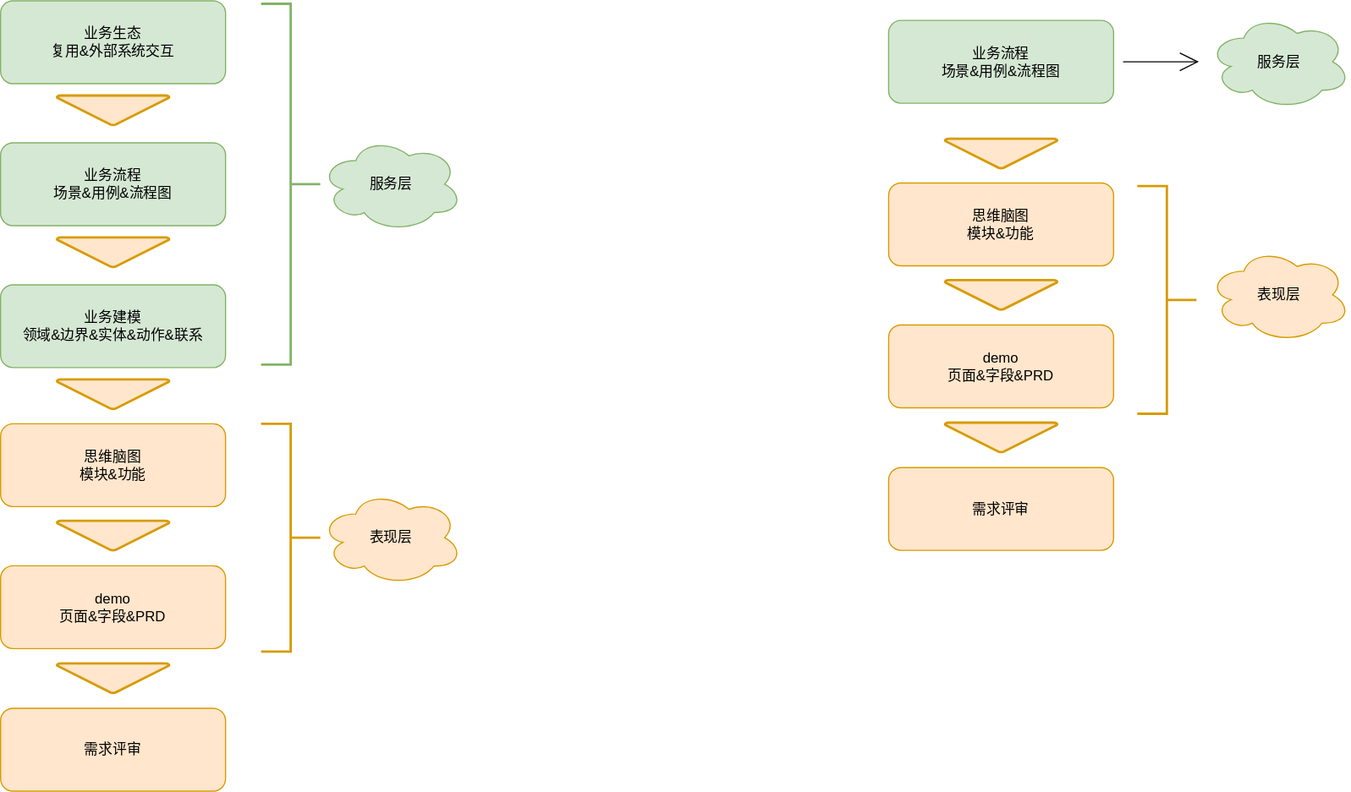
fsdmp/diagrams keeps this draw.io diagram as ddm.drawio.svg. Above is the earlier version. Source tidied: cells renumbered, new cells last; positions are measured from the earlier drawing's top-left corner, leaving out a move shared by most shapes.
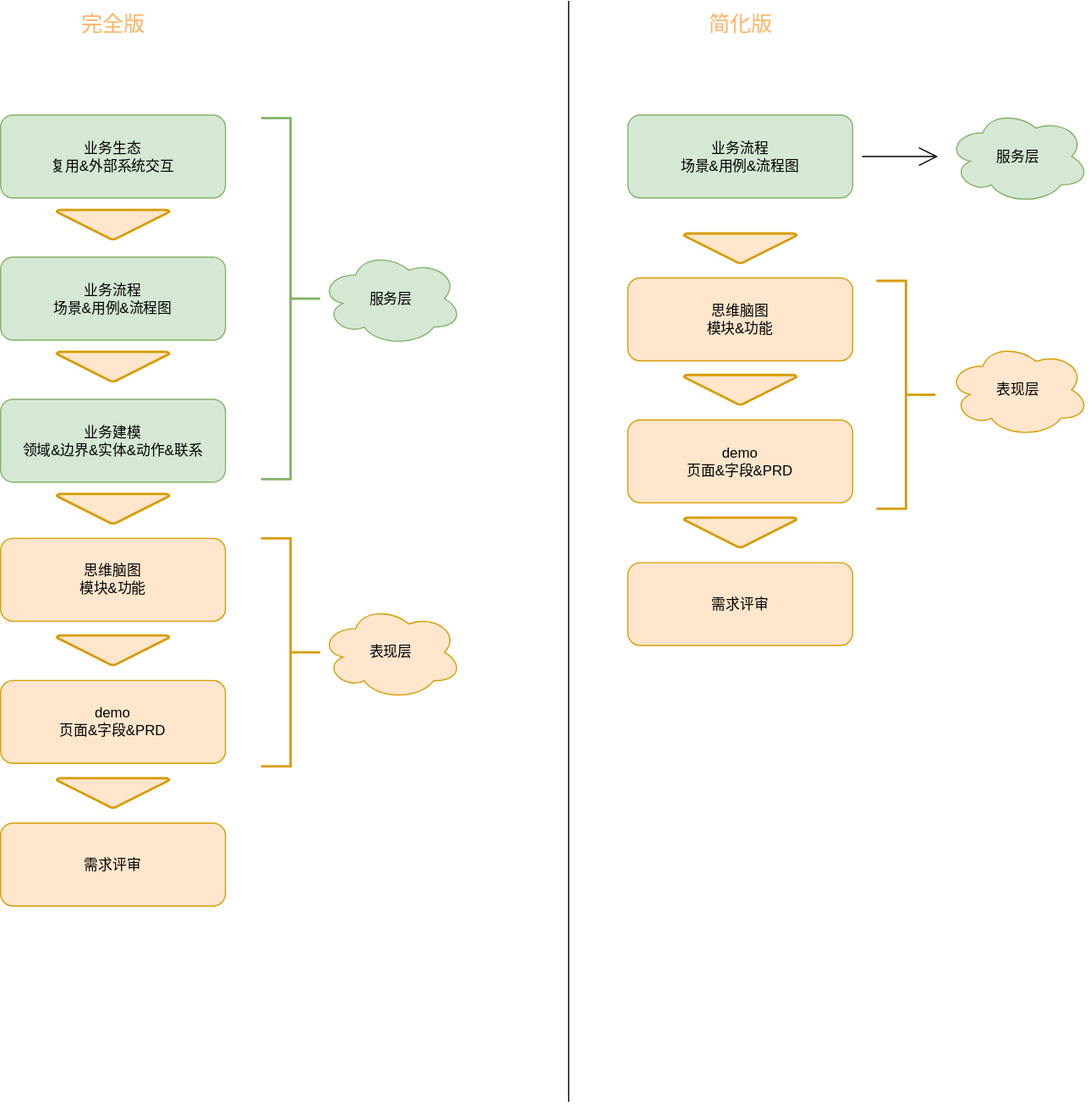
The same file after the commit.

What changed in the source:
```diff
@@ -48,37 +48,49 @@
       <mxGeometry relative="1" as="geometry" />
     </mxCell>
     <mxCell id="17" value="业务流程&lt;br&gt;场景&amp;amp;用例&amp;amp;流程图&lt;br&gt;" style="rounded=1;whiteSpace=wrap;html=1;hachureGap=4;fillColor=#d5e8d4;strokeColor=#82b366;" parent="1" vertex="1">
-      <mxGeometry x="750" y="16.5" width="190" height="70" as="geometry" />
+      <mxGeometry x="530" width="190" height="70" as="geometry" />
     </mxCell>
     <mxCell id="18" value="demo&lt;br&gt;页面&amp;amp;字段&amp;amp;PRD&lt;br&gt;" style="rounded=1;whiteSpace=wrap;html=1;hachureGap=4;fillColor=#ffe6cc;strokeColor=#d79b00;" parent="1" vertex="1">
-      <mxGeometry x="750" y="274" width="190" height="70" as="geometry" />
+      <mxGeometry x="530" y="257.5" width="190" height="70" as="geometry" />
     </mxCell>
     <mxCell id="19" value="思维脑图&lt;br&gt;模块&amp;amp;功能&lt;br&gt;" style="rounded=1;whiteSpace=wrap;html=1;hachureGap=4;fillColor=#ffe6cc;strokeColor=#d79b00;" parent="1" vertex="1">
-      <mxGeometry x="750" y="154" width="190" height="70" as="geometry" />
+      <mxGeometry x="530" y="137.5" width="190" height="70" as="geometry" />
     </mxCell>
     <mxCell id="20" style="strokeWidth=2;html=1;shape=mxgraph.flowchart.merge_or_storage;whiteSpace=wrap;hachureGap=4;fillColor=#ffe6cc;strokeColor=#d79b00;" parent="1" vertex="1">
-      <mxGeometry x="797.5" y="116.5" width="95" height="25" as="geometry" />
+      <mxGeometry x="577.5" y="100" width="95" height="25" as="geometry" />
     </mxCell>
     <mxCell id="21" style="strokeWidth=2;html=1;shape=mxgraph.flowchart.merge_or_storage;whiteSpace=wrap;hachureGap=4;fillColor=#ffe6cc;strokeColor=#d79b00;" parent="1" vertex="1">
-      <mxGeometry x="797.5" y="236" width="95" height="25" as="geometry" />
+      <mxGeometry x="577.5" y="219.5" width="95" height="25" as="geometry" />
     </mxCell>
     <mxCell id="22" value="服务层" style="ellipse;shape=cloud;whiteSpace=wrap;html=1;hachureGap=4;fillColor=#d5e8d4;strokeColor=#82b366;" parent="1" vertex="1">
-      <mxGeometry x="1020" y="11.5" width="120" height="80" as="geometry" />
+      <mxGeometry x="800" y="-5" width="120" height="80" as="geometry" />
     </mxCell>
     <mxCell id="23" value="表现层" style="ellipse;shape=cloud;whiteSpace=wrap;html=1;hachureGap=4;fillColor=#ffe6cc;strokeColor=#d79b00;" parent="1" vertex="1">
-      <mxGeometry x="1020" y="208.5" width="120" height="80" as="geometry" />
+      <mxGeometry x="800" y="192" width="120" height="80" as="geometry" />
     </mxCell>
     <mxCell id="24" value="需求评审&lt;br&gt;" style="rounded=1;whiteSpace=wrap;html=1;hachureGap=4;fillColor=#ffe6cc;strokeColor=#d79b00;" parent="1" vertex="1">
-      <mxGeometry x="750" y="394.5" width="190" height="70" as="geometry" />
+      <mxGeometry x="530" y="378" width="190" height="70" as="geometry" />
     </mxCell>
     <mxCell id="25" style="strokeWidth=2;html=1;shape=mxgraph.flowchart.merge_or_storage;whiteSpace=wrap;hachureGap=4;fillColor=#ffe6cc;strokeColor=#d79b00;" parent="1" vertex="1">
-      <mxGeometry x="797.5" y="356.5" width="95" height="25" as="geometry" />
+      <mxGeometry x="577.5" y="340" width="95" height="25" as="geometry" />
     </mxCell>
     <mxCell id="26" style="strokeWidth=2;html=1;shape=mxgraph.flowchart.annotation_2;align=left;labelPosition=right;hachureGap=4;direction=west;fillColor=#ffe6cc;strokeColor=#d79b00;" parent="1" vertex="1">
       <mxGeometry x="220" y="357.5" width="50" height="192.5" as="geometry" />
     </mxCell>
     <mxCell id="27" style="strokeWidth=2;html=1;shape=mxgraph.flowchart.annotation_2;align=left;labelPosition=right;hachureGap=4;direction=west;fillColor=#ffe6cc;strokeColor=#d79b00;" parent="1" vertex="1">
-      <mxGeometry x="960" y="156.5" width="50" height="192.5" as="geometry" />
+      <mxGeometry x="740" y="140" width="50" height="192.5" as="geometry" />
     </mxCell>
+    <mxCell id="28" style="endArrow=none;html=1;startSize=14;endSize=14;sourcePerimeterSpacing=8;targetPerimeterSpacing=8;" parent="1" edge="1">
+      <mxGeometry relative="1" as="geometry">
+        <mxPoint x="480" y="833.5" as="sourcePoint" />
+        <mxPoint x="480" y="-96.5" as="targetPoint" />
+      </mxGeometry>
+    </mxCell>
+    <mxCell id="29" value="完全版" style="text;html=1;align=center;verticalAlign=middle;fillColor=none;strokeColor=none;rounded=0;hachureGap=4;fontSize=18;fontColor=#FFB366;" parent="1" vertex="1">
+      <mxGeometry x="60" y="-91.5" width="70" height="30" as="geometry" />
+    </mxCell>
+    <mxCell id="30" value="简化版" style="text;html=1;align=center;verticalAlign=middle;fillColor=none;strokeColor=none;rounded=0;hachureGap=4;fontSize=18;fontColor=#FFB366;" parent="1" vertex="1">
+      <mxGeometry x="590" y="-91.5" width="70" height="30" as="geometry" />
+    </mxCell>
   </root>
 </mxGraphModel>
```
